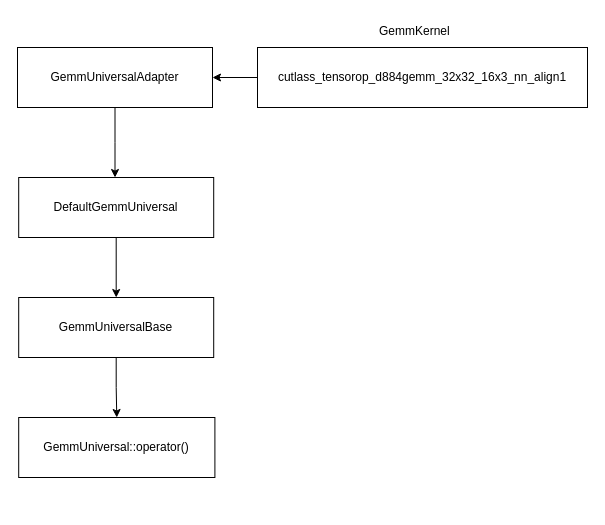
Above: CUTLASS.drawio in piDack/PerformanceCheckUtils (draw.io), before the change. Source tidied: cells renumbered, new cells numbered last; positions are measured from the earlier drawing's top-left corner, leaving out a move shared by most shapes. Both pictures are drawn from the tidied source at 100%, with x=0, y=0 at pixel (17, 17).
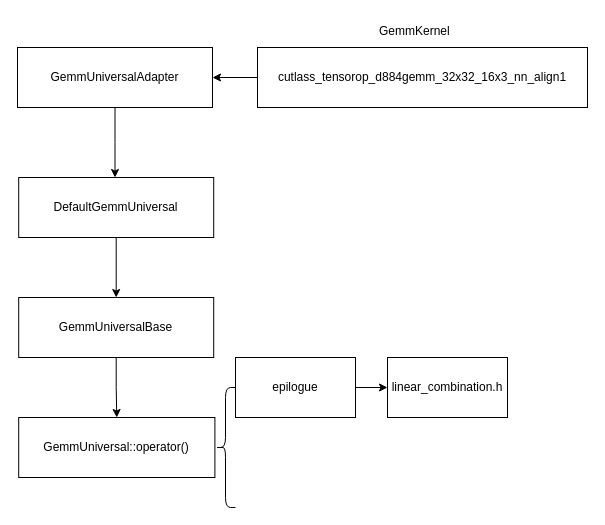
The same page after the edit.

Diff of the diagram source:
```diff
@@
 <mxGraphModel>
   <root>
     <mxCell id="0" />
     <mxCell id="1" parent="0" />
     <mxCell id="2" style="edgeStyle=orthogonalEdgeStyle;rounded=0;jettySize=auto;html=1;exitX=0;exitY=0.5;exitDx=0;exitDy=0;entryX=1;entryY=0.5;entryDx=0;entryDy=0;" parent="1" edge="1" source="3" target="5">
       <mxGeometry relative="1" as="geometry" />
     </mxCell>
     <mxCell id="3" value="cutlass_tensorop_d884gemm_32x32_16x3_nn_align1" style="rounded=0;whiteSpace=wrap;html=1;" parent="1" vertex="1">
       <mxGeometry x="240" y="30" width="330" height="60" as="geometry" />
     </mxCell>
     <mxCell id="4" style="edgeStyle=orthogonalEdgeStyle;rounded=0;jettySize=auto;html=1;exitX=0.5;exitY=1;exitDx=0;exitDy=0;" parent="1" edge="1" source="5">
       <mxGeometry relative="1" as="geometry">
         <mxPoint x="97.5" y="160" as="targetPoint" />
       </mxGeometry>
     </mxCell>
     <mxCell id="5" value="GemmUniversalAdapter" style="rounded=0;whiteSpace=wrap;html=1;" parent="1" vertex="1">
       <mxGeometry y="30" width="195" height="60" as="geometry" />
     </mxCell>
     <mxCell id="6" value="GemmKernel" style="text;whiteSpace=wrap;" parent="1" vertex="1">
       <mxGeometry x="360" width="100" height="40" as="geometry" />
     </mxCell>
     <mxCell id="7" style="edgeStyle=orthogonalEdgeStyle;rounded=0;jettySize=auto;html=1;exitX=0.5;exitY=1;exitDx=0;exitDy=0;entryX=0.5;entryY=0;entryDx=0;entryDy=0;" parent="1" edge="1" source="8" target="9">
       <mxGeometry relative="1" as="geometry" />
     </mxCell>
     <mxCell id="8" value="GemmUniversalBase" style="rounded=0;whiteSpace=wrap;html=1;" parent="1" vertex="1">
       <mxGeometry x="1.2" y="280" width="195" height="60" as="geometry" />
     </mxCell>
     <mxCell id="9" value="GemmUniversal::operator()" style="rounded=0;whiteSpace=wrap;html=1;" parent="1" vertex="1">
       <mxGeometry x="1.2" y="400" width="196.2" height="60" as="geometry" />
     </mxCell>
     <mxCell id="10" style="edgeStyle=orthogonalEdgeStyle;rounded=0;jettySize=auto;html=1;exitX=0.5;exitY=1;exitDx=0;exitDy=0;" parent="1" edge="1" source="11" target="8">
       <mxGeometry relative="1" as="geometry" />
     </mxCell>
     <mxCell id="11" value="DefaultGemmUniversal" style="rounded=0;whiteSpace=wrap;html=1;" parent="1" vertex="1">
       <mxGeometry x="1.2" y="160" width="195" height="60" as="geometry" />
     </mxCell>
+    <mxCell id="12" style="edgeStyle=orthogonalEdgeStyle;rounded=0;jettySize=auto;html=1;" parent="1" edge="1" source="13" target="15">
+      <mxGeometry relative="1" as="geometry" />
+    </mxCell>
+    <mxCell id="13" value="epilogue" style="rounded=0;whiteSpace=wrap;html=1;" parent="1" vertex="1">
+      <mxGeometry x="218" y="340" width="120" height="60" as="geometry" />
+    </mxCell>
+    <mxCell id="14" style="shape=curlyBracket;whiteSpace=wrap;html=1;rounded=1;labelPosition=left;verticalLabelPosition=middle;align=right;verticalAlign=middle;" parent="1" vertex="1">
+      <mxGeometry x="198" y="370" width="20" height="120" as="geometry" />
+    </mxCell>
+    <mxCell id="15" value="linear_combination.h" style="rounded=0;whiteSpace=wrap;html=1;" parent="1" vertex="1">
+      <mxGeometry x="370" y="340" width="120" height="60" as="geometry" />
+    </mxCell>
   </root>
 </mxGraphModel>
```
